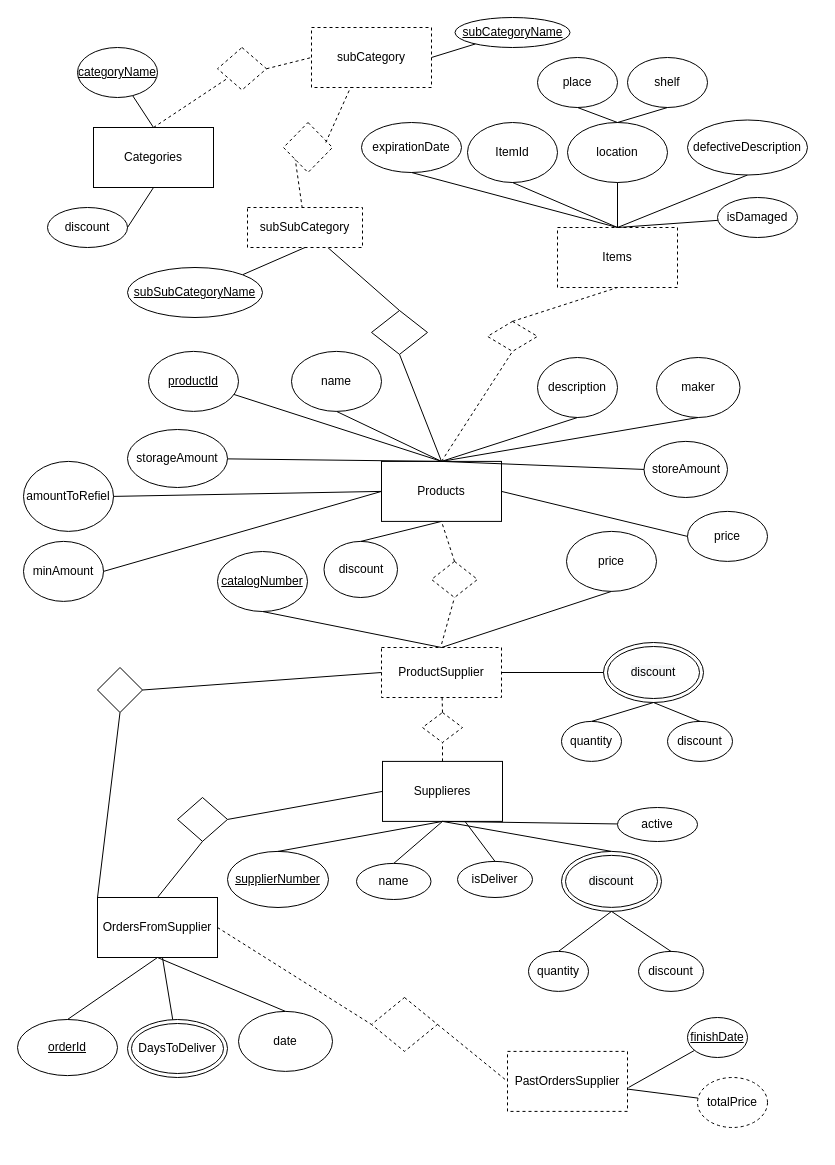
Naveavra/Market keeps this draw.io diagram as docs/erd.drawio. Above is the earlier version. Source tidied: cells renumbered, new cells numbered last; positions are measured from the earlier drawing's top-left corner, leaving out a move shared by most shapes. Both pictures are drawn from the tidied source at 100%, with x=0, y=0 at pixel (17, 17).
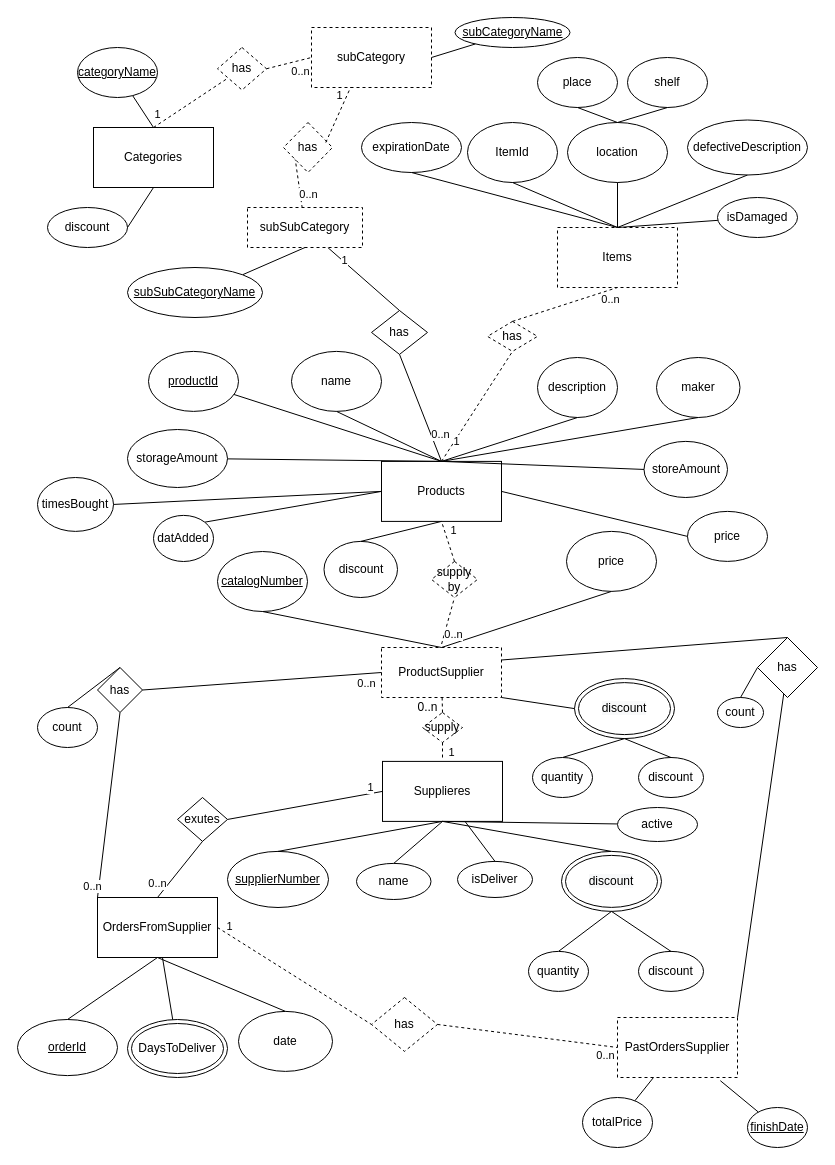
The same page after the edit.

The change refers to these unchanged cells:
```xml
<mxCell id="3" value="Products" style="rounded=0;whiteSpace=wrap;html=1;" parent="1" vertex="1">
  <mxGeometry x="364" y="443.9" width="120" height="60" as="geometry" />
</mxCell>
<mxCell id="7" style="endArrow=none;html=1;rounded=0;exitX=0.5;exitY=0;exitDx=0;exitDy=0;dashed=1;" parent="1" edge="1" source="2" target="106">
  <mxGeometry relative="1" as="geometry" />
</mxCell>
<mxCell id="8" style="endArrow=none;html=1;rounded=0;exitX=0.2;exitY=0.464;exitDx=0;exitDy=0;exitPerimeter=0;dashed=1;" parent="1" edge="1" source="104" target="103">
  <mxGeometry relative="1" as="geometry" />
</mxCell>
<mxCell id="21" style="endArrow=none;dashed=1;html=1;rounded=0;exitX=0.5;exitY=0;exitDx=0;exitDy=0;entryX=0.5;entryY=1;entryDx=0;entryDy=0;" parent="1" edge="1" source="20" target="4">
  <mxGeometry relative="1" as="geometry" />
</mxCell>
<mxCell id="27" value="ProductSupplier" style="rounded=0;whiteSpace=wrap;html=1;dashed=1;" parent="1" vertex="1">
  <mxGeometry x="364" y="630" width="120" height="50" as="geometry" />
</mxCell>
<mxCell id="29" value="Supplieres" style="rounded=0;whiteSpace=wrap;html=1;" parent="1" vertex="1">
  <mxGeometry x="365" y="743.9" width="120" height="60" as="geometry" />
</mxCell>
<mxCell id="35" style="endArrow=none;dashed=1;html=1;rounded=0;exitX=0.5;exitY=0;exitDx=0;exitDy=0;entryX=0.5;entryY=1;entryDx=0;entryDy=0;" parent="1" edge="1" source="33" target="3">
  <mxGeometry relative="1" as="geometry" />
</mxCell>
<mxCell id="38" style="endArrow=none;html=1;rounded=0;exitX=0.5;exitY=0;exitDx=0;exitDy=0;entryX=0.5;entryY=1;entryDx=0;entryDy=0;" parent="1" edge="1" source="27" target="28">
  <mxGeometry relative="1" as="geometry" />
</mxCell>
<mxCell id="59" style="endArrow=none;html=1;rounded=0;exitX=0.5;exitY=0;exitDx=0;exitDy=0;entryX=0.5;entryY=1;entryDx=0;entryDy=0;" parent="1" edge="1" source="55" target="58">
  <mxGeometry relative="1" as="geometry" />
</mxCell>
<mxCell id="60" style="endArrow=none;html=1;rounded=0;entryX=0;entryY=0.5;entryDx=0;entryDy=0;exitX=1;exitY=0.5;exitDx=0;exitDy=0;" parent="1" edge="1" source="58" target="29">
  <mxGeometry relative="1" as="geometry" />
</mxCell>
<mxCell id="64" style="endArrow=none;html=1;rounded=0;exitX=0;exitY=0;exitDx=0;exitDy=0;entryX=0.5;entryY=1;entryDx=0;entryDy=0;" parent="1" edge="1" source="55" target="63">
  <mxGeometry relative="1" as="geometry" />
</mxCell>
<mxCell id="65" style="endArrow=none;html=1;rounded=0;exitX=1;exitY=0.5;exitDx=0;exitDy=0;entryX=0;entryY=0.5;entryDx=0;entryDy=0;" parent="1" edge="1" source="63" target="27">
  <mxGeometry relative="1" as="geometry" />
</mxCell>
<mxCell id="68" style="endArrow=none;html=1;rounded=0;exitX=1;exitY=0.5;exitDx=0;exitDy=0;entryX=0;entryY=0.5;entryDx=0;entryDy=0;dashed=1;" parent="1" edge="1" source="55" target="67">
  <mxGeometry relative="1" as="geometry" />
</mxCell>
<mxCell id="69" style="endArrow=none;html=1;rounded=0;exitX=1;exitY=0.5;exitDx=0;exitDy=0;entryX=0;entryY=0.5;entryDx=0;entryDy=0;dashed=1;" parent="1" edge="1" source="67" target="66">
  <mxGeometry relative="1" as="geometry" />
</mxCell>
<mxCell id="73" style="endArrow=none;html=1;rounded=0;exitX=0.5;exitY=0;exitDx=0;exitDy=0;entryX=0.5;entryY=1;entryDx=0;entryDy=0;" parent="1" edge="1" source="3" target="72">
  <mxGeometry relative="1" as="geometry" />
</mxCell>
<mxCell id="74" style="endArrow=none;html=1;rounded=0;exitX=0.5;exitY=0;exitDx=0;exitDy=0;" parent="1" edge="1" source="72" target="103">
  <mxGeometry relative="1" as="geometry" />
</mxCell>
<mxCell id="76" style="endArrow=none;html=1;rounded=0;entryX=0.5;entryY=1;entryDx=0;entryDy=0;exitX=0.5;exitY=0;exitDx=0;exitDy=0;" parent="1" edge="1" source="3" target="75">
  <mxGeometry relative="1" as="geometry" />
</mxCell>
<mxCell id="105" style="endArrow=none;html=1;rounded=0;exitX=0.863;exitY=0.4;exitDx=0;exitDy=0;exitPerimeter=0;entryX=0.327;entryY=0.993;entryDx=0;entryDy=0;entryPerimeter=0;dashed=1;" parent="1" edge="1" source="104" target="102">
  <mxGeometry relative="1" as="geometry" />
</mxCell>
<mxCell id="107" style="endArrow=none;html=1;rounded=0;entryX=0;entryY=0.5;entryDx=0;entryDy=0;exitX=1;exitY=0.5;exitDx=0;exitDy=0;dashed=1;" parent="1" edge="1" source="106" target="102">
  <mxGeometry relative="1" as="geometry" />
</mxCell>
```

Change to the diagram source:
```diff
@@
+    <mxCell id="114" value="1" style="edgeLabel;html=1;align=center;verticalAlign=middle;" parent="7" vertex="1">
+      <mxGeometry x="-0.77" y="9" relative="1" as="geometry" />
+    </mxCell>
@@
+    <mxCell id="115" value="0..n" style="edgeLabel;html=1;align=center;verticalAlign=middle;" parent="8" vertex="1">
+      <mxGeometry x="0.61" y="8" relative="1" as="geometry" />
+    </mxCell>
@@
-    <mxCell id="20" style="rhombus;whiteSpace=wrap;html=1;dashed=1;" parent="1" vertex="1">
+    <mxCell id="20" value="has" style="rhombus;whiteSpace=wrap;html=1;dashed=1;" parent="1" vertex="1">
       <mxGeometry x="470" y="303.9" width="50" height="30" as="geometry" />
     </mxCell>
@@
+    <mxCell id="116" value="0..n" style="edgeLabel;html=1;align=center;verticalAlign=middle;" parent="21" vertex="1">
+      <mxGeometry x="0.81" y="-9" relative="1" as="geometry" />
+    </mxCell>
@@
-    <mxCell id="30" style="rhombus;whiteSpace=wrap;html=1;dashed=1;" parent="1" vertex="1">
+    <mxCell id="30" value="supply" style="rhombus;whiteSpace=wrap;html=1;dashed=1;" parent="1" vertex="1">
       <mxGeometry x="405" y="695" width="40" height="30" as="geometry" />
     </mxCell>
@@
-    <mxCell id="32" style="endArrow=none;dashed=1;html=1;rounded=0;exitX=0.5;exitY=0;exitDx=0;exitDy=0;entryX=0.5;entryY=1;entryDx=0;entryDy=0;" parent="1" edge="1" source="29" target="30">
-      <mxGeometry relative="1" as="geometry" />
+    <mxCell id="32" style="endArrow=none;dashed=1;html=1;rounded=0;entryX=0.5;entryY=1;entryDx=0;entryDy=0;" parent="1" edge="1" target="30">
+      <mxGeometry relative="1" as="geometry">
+        <mxPoint x="425" y="740" as="sourcePoint" />
+      </mxGeometry>
     </mxCell>
+    <mxCell id="117" value="1" style="edgeLabel;html=1;align=center;verticalAlign=middle;" parent="32" vertex="1">
+      <mxGeometry x="-0.17" y="-8" relative="1" as="geometry" />
+    </mxCell>
-    <mxCell id="33" style="rhombus;whiteSpace=wrap;html=1;dashed=1;" parent="1" vertex="1">
+    <mxCell id="33" value="supply by" style="rhombus;whiteSpace=wrap;html=1;dashed=1;" parent="1" vertex="1">
       <mxGeometry x="414" y="543.9" width="46" height="36.1" as="geometry" />
     </mxCell>
@@
+    <mxCell id="118" value="1" style="edgeLabel;html=1;align=center;verticalAlign=middle;" parent="35" vertex="1">
+      <mxGeometry x="0.43" y="-8" relative="1" as="geometry" />
+    </mxCell>
@@
+    <mxCell id="119" value="0..n" style="edgeLabel;html=1;align=center;verticalAlign=middle;" parent="38" vertex="1">
+      <mxGeometry x="-0.83" y="9" relative="1" as="geometry" />
+    </mxCell>
     <mxCell id="39" value="&#10;&#10;&lt;span style=&quot;color: rgb(0, 0, 0); font-family: helvetica; font-size: 12px; font-style: normal; font-weight: 400; letter-spacing: normal; text-align: center; text-indent: 0px; text-transform: none; word-spacing: 0px; background-color: rgb(248, 249, 250); display: inline; float: none;&quot;&gt;discount&lt;/span&gt;&#10;&#10;" style="ellipse;shape=doubleEllipse;whiteSpace=wrap;html=1;" parent="1" vertex="1">
-      <mxGeometry x="586" y="625" width="100" height="60" as="geometry" />
+      <mxGeometry x="557" y="661.1" width="100" height="60" as="geometry" />
     </mxCell>
-    <mxCell id="40" style="endArrow=none;html=1;rounded=0;exitX=0;exitY=0.5;exitDx=0;exitDy=0;entryX=1;entryY=0.5;entryDx=0;entryDy=0;" parent="1" edge="1" source="39" target="27">
+    <mxCell id="40" style="endArrow=none;html=1;rounded=0;exitX=0;exitY=0.5;exitDx=0;exitDy=0;entryX=1;entryY=1;entryDx=0;entryDy=0;" parent="1" edge="1" source="39" target="27">
       <mxGeometry relative="1" as="geometry" />
     </mxCell>
@@
     <mxCell id="42" value="quantity" style="ellipse;whiteSpace=wrap;html=1;" parent="1" vertex="1">
-      <mxGeometry x="544" y="703.9" width="60" height="40" as="geometry" />
+      <mxGeometry x="515" y="740" width="60" height="40" as="geometry" />
     </mxCell>
     <mxCell id="43" value="discount" style="ellipse;whiteSpace=wrap;html=1;" parent="1" vertex="1">
-      <mxGeometry x="650" y="703.9" width="65" height="40" as="geometry" />
+      <mxGeometry x="621" y="740" width="65" height="40" as="geometry" />
     </mxCell>
@@
-    <mxCell id="58" style="rhombus;whiteSpace=wrap;html=1;" parent="1" vertex="1">
+    <mxCell id="58" value="exutes" style="rhombus;whiteSpace=wrap;html=1;" parent="1" vertex="1">
       <mxGeometry x="160" y="780" width="50" height="43.9" as="geometry" />
     </mxCell>
@@
+    <mxCell id="120" value="0..n" style="edgeLabel;html=1;align=center;verticalAlign=middle;" parent="59" vertex="1">
+      <mxGeometry x="-0.69" y="9" relative="1" as="geometry" />
+    </mxCell>
@@
+    <mxCell id="121" value="1" style="edgeLabel;html=1;align=center;verticalAlign=middle;" parent="60" vertex="1">
+      <mxGeometry x="0.85" y="7" relative="1" as="geometry" />
+    </mxCell>
@@
-    <mxCell id="63" style="rhombus;whiteSpace=wrap;html=1;" parent="1" vertex="1">
+    <mxCell id="63" value="has" style="rhombus;whiteSpace=wrap;html=1;" parent="1" vertex="1">
       <mxGeometry x="80" y="650" width="45" height="45" as="geometry" />
     </mxCell>
@@
+    <mxCell id="122" value="0..n" style="edgeLabel;html=1;align=center;verticalAlign=middle;" parent="64" vertex="1">
+      <mxGeometry x="-0.88" y="7" relative="1" as="geometry" />
+    </mxCell>
@@
+    <mxCell id="123" value="0..n" style="edgeLabel;html=1;align=center;verticalAlign=middle;" parent="65" vertex="1">
+      <mxGeometry x="0.86" y="-9" relative="1" as="geometry" />
+    </mxCell>
     <mxCell id="66" value="PastOrdersSupplier" style="rounded=0;whiteSpace=wrap;html=1;dashed=1;" parent="1" vertex="1">
-      <mxGeometry x="490" y="1033.9" width="120" height="60" as="geometry" />
+      <mxGeometry x="600" y="1000" width="120" height="60" as="geometry" />
     </mxCell>
-    <mxCell id="67" style="rhombus;whiteSpace=wrap;html=1;dashed=1;" parent="1" vertex="1">
+    <mxCell id="67" value="has" style="rhombus;whiteSpace=wrap;html=1;dashed=1;" parent="1" vertex="1">
       <mxGeometry x="354" y="980" width="66" height="53.9" as="geometry" />
     </mxCell>
@@
+    <mxCell id="124" value="1" style="edgeLabel;html=1;align=center;verticalAlign=middle;" parent="68" vertex="1">
+      <mxGeometry x="-0.9" y="8" relative="1" as="geometry" />
+    </mxCell>
@@
+    <mxCell id="125" value="0..n" style="edgeLabel;html=1;align=center;verticalAlign=middle;" parent="69" vertex="1">
+      <mxGeometry x="0.86" y="-9" relative="1" as="geometry">
+        <mxPoint x="1" as="offset" />
+      </mxGeometry>
+    </mxCell>
@@
-    <mxCell id="72" style="rhombus;whiteSpace=wrap;html=1;" parent="1" vertex="1">
+    <mxCell id="72" value="has" style="rhombus;whiteSpace=wrap;html=1;" parent="1" vertex="1">
       <mxGeometry x="354" y="293" width="56" height="43.9" as="geometry" />
     </mxCell>
@@
+    <mxCell id="126" value="0..n" style="edgeLabel;html=1;align=center;verticalAlign=middle;" parent="73" vertex="1">
+      <mxGeometry x="-0.55" y="-9" relative="1" as="geometry" />
+    </mxCell>
@@
+    <mxCell id="127" value="1" style="edgeLabel;html=1;align=center;verticalAlign=middle;" parent="74" vertex="1">
+      <mxGeometry x="0.58" y="-2" relative="1" as="geometry" />
+    </mxCell>
@@
+    <mxCell id="128" value="1" style="edgeLabel;html=1;align=center;verticalAlign=middle;" parent="76" vertex="1">
+      <mxGeometry x="-0.57" y="7" relative="1" as="geometry">
+        <mxPoint x="-13" y="-4" as="offset" />
+      </mxGeometry>
+    </mxCell>
@@
-    <mxCell id="84" value="amountToRefiel" style="ellipse;whiteSpace=wrap;html=1;" parent="1" vertex="1">
-      <mxGeometry x="6" y="443.9" width="90" height="70" as="geometry" />
+    <mxCell id="84" value="timesBought" style="ellipse;whiteSpace=wrap;html=1;" parent="1" vertex="1">
+      <mxGeometry x="20" y="460" width="76" height="53.9" as="geometry" />
     </mxCell>
-    <mxCell id="85" value="minAmount" style="ellipse;whiteSpace=wrap;html=1;" parent="1" vertex="1">
-      <mxGeometry x="6" y="523.9" width="80" height="60" as="geometry" />
-    </mxCell>
-    <mxCell id="86" style="endArrow=none;html=1;rounded=0;entryX=0;entryY=0.5;entryDx=0;entryDy=0;exitX=1;exitY=0.5;exitDx=0;exitDy=0;" parent="1" edge="1" source="85" target="3">
+    <mxCell id="86" style="endArrow=none;html=1;rounded=0;entryX=0;entryY=0.5;entryDx=0;entryDy=0;exitX=1;exitY=0;exitDx=0;exitDy=0;" parent="1" edge="1" source="139" target="3">
       <mxGeometry relative="1" as="geometry" />
     </mxCell>
@@
-    <mxCell id="94" style="endArrow=none;html=1;rounded=0;" parent="1" edge="1" target="95">
-      <mxGeometry relative="1" as="geometry">
-        <mxPoint x="611" y="1070" as="sourcePoint" />
-      </mxGeometry>
+    <mxCell id="94" style="endArrow=none;html=1;rounded=0;exitX=0.857;exitY=1.053;exitDx=0;exitDy=0;exitPerimeter=0;" parent="1" edge="1" source="66" target="95">
+      <mxGeometry relative="1" as="geometry" />
     </mxCell>
     <mxCell id="95" value="&lt;u&gt;finishDate&lt;/u&gt;" style="ellipse;whiteSpace=wrap;html=1;" parent="1" vertex="1">
-      <mxGeometry x="670" y="1000" width="60" height="40" as="geometry" />
+      <mxGeometry x="730" y="1090" width="60" height="40" as="geometry" />
     </mxCell>
@@
-    <mxCell id="97" value="totalPrice" style="ellipse;whiteSpace=wrap;html=1;dashed=1;" parent="1" vertex="1">
-      <mxGeometry x="680" y="1060" width="70" height="50" as="geometry" />
+    <mxCell id="97" value="totalPrice" style="ellipse;whiteSpace=wrap;html=1;" parent="1" vertex="1">
+      <mxGeometry x="565" y="1080" width="70" height="50" as="geometry" />
     </mxCell>
@@
-    <mxCell id="104" style="rhombus;whiteSpace=wrap;html=1;dashed=1;" parent="1" vertex="1">
+    <mxCell id="104" value="has" style="rhombus;whiteSpace=wrap;html=1;dashed=1;" parent="1" vertex="1">
       <mxGeometry x="266" y="105" width="49" height="50" as="geometry" />
     </mxCell>
@@
+    <mxCell id="129" value="1" style="edgeLabel;html=1;align=center;verticalAlign=middle;" parent="105" vertex="1">
+      <mxGeometry x="0.62" y="8" relative="1" as="geometry" />
+    </mxCell>
-    <mxCell id="106" style="rhombus;whiteSpace=wrap;html=1;dashed=1;" parent="1" vertex="1">
+    <mxCell id="106" value="has" style="rhombus;whiteSpace=wrap;html=1;dashed=1;" parent="1" vertex="1">
       <mxGeometry x="200" y="30" width="49" height="42.5" as="geometry" />
     </mxCell>
@@
+    <mxCell id="130" value="0..n" style="edgeLabel;html=1;align=center;verticalAlign=middle;" parent="107" vertex="1">
+      <mxGeometry x="0.4" y="-10" relative="1" as="geometry" />
+    </mxCell>
@@
+    <mxCell id="131" value="0..n" style="text;html=1;align=center;verticalAlign=middle;strokeColor=none;fillColor=none;" parent="1" vertex="1">
+      <mxGeometry x="390" y="680" width="40" height="20" as="geometry" />
+    </mxCell>
+    <mxCell id="132" value="count" style="ellipse;whiteSpace=wrap;html=1;" parent="1" vertex="1">
+      <mxGeometry x="700" y="680" width="46" height="30" as="geometry" />
+    </mxCell>
+    <mxCell id="133" style="endArrow=none;html=1;rounded=0;entryX=0;entryY=0.5;entryDx=0;entryDy=0;exitX=0.5;exitY=0;exitDx=0;exitDy=0;" parent="1" edge="1" source="132" target="135">
+      <mxGeometry relative="1" as="geometry" />
+    </mxCell>
+    <mxCell id="134" style="endArrow=none;html=1;rounded=0;exitX=1;exitY=0;exitDx=0;exitDy=0;" parent="1" edge="1" source="66" target="135">
+      <mxGeometry relative="1" as="geometry" />
+    </mxCell>
+    <mxCell id="135" value="has" style="rhombus;whiteSpace=wrap;html=1;" parent="1" vertex="1">
+      <mxGeometry x="740" y="620" width="60" height="60" as="geometry" />
+    </mxCell>
+    <mxCell id="136" style="endArrow=none;html=1;rounded=0;entryX=0.5;entryY=0;entryDx=0;entryDy=0;exitX=1;exitY=0.25;exitDx=0;exitDy=0;" parent="1" edge="1" source="27" target="135">
+      <mxGeometry relative="1" as="geometry" />
+    </mxCell>
+    <mxCell id="137" value="count" style="ellipse;whiteSpace=wrap;html=1;" parent="1" vertex="1">
+      <mxGeometry x="20" y="690" width="60" height="40" as="geometry" />
+    </mxCell>
+    <mxCell id="138" style="endArrow=none;html=1;rounded=0;entryX=0.5;entryY=0;entryDx=0;entryDy=0;exitX=0.5;exitY=0;exitDx=0;exitDy=0;" parent="1" edge="1" source="137" target="63">
+      <mxGeometry relative="1" as="geometry" />
+    </mxCell>
+    <mxCell id="139" value="datAdded" style="ellipse;whiteSpace=wrap;html=1;" parent="1" vertex="1">
+      <mxGeometry x="136" y="497.9" width="60" height="46.1" as="geometry" />
+    </mxCell>
```
